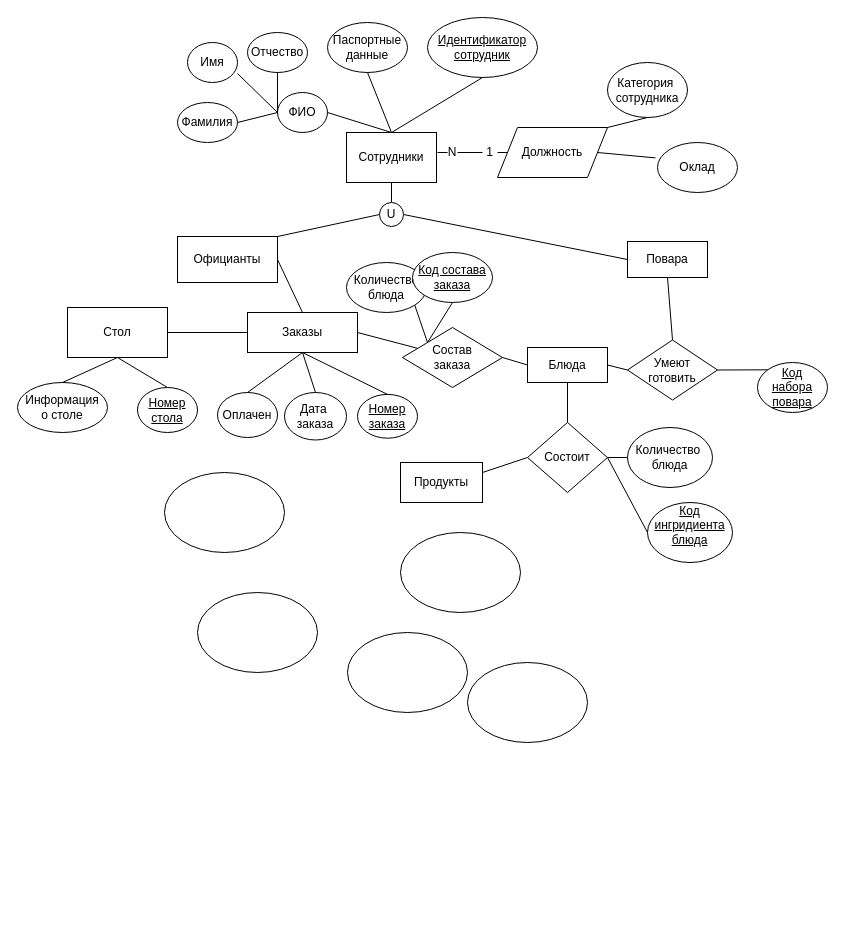
rarexe/cs102 keeps this draw.io diagram as page "Page-1" (1 of 2) of Untitled Diagram.drawio. Above is the earlier version. Source tidied: cells renumbered, new cells numbered last; positions are measured from the earlier drawing's top-left corner, leaving out a move shared by most shapes. Both pictures are drawn from the tidied source at 100%, with x=0, y=0 at pixel (17, 17).
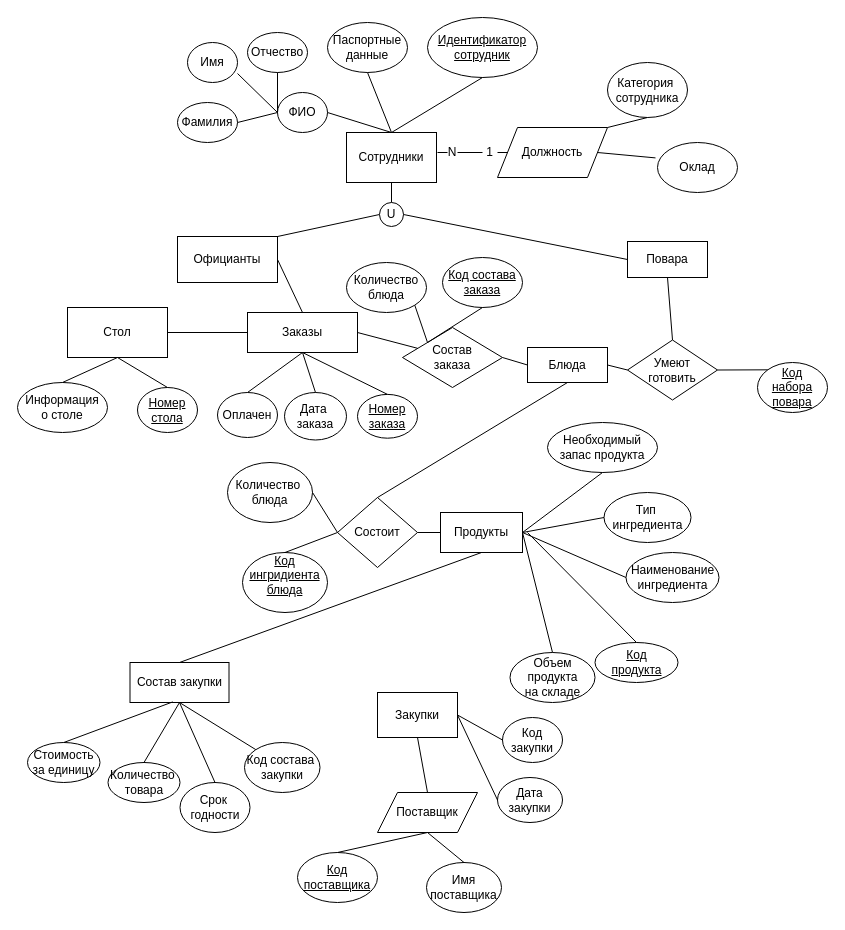
The same diagram, later.

Change to the diagram source:
```diff
@@
     <mxCell id="45" value="&lt;u&gt;Код состава&lt;br&gt;заказа&lt;br&gt;&lt;/u&gt;" style="ellipse;whiteSpace=wrap;html=1;" parent="1" vertex="1">
-      <mxGeometry x="395" y="235" width="80" height="50" as="geometry" />
+      <mxGeometry x="425" y="240" width="80" height="50" as="geometry" />
     </mxCell>
@@
     <mxCell id="58" value="Состоит" style="rhombus;whiteSpace=wrap;html=1;" parent="1" vertex="1">
-      <mxGeometry x="510" y="405" width="80" height="70" as="geometry" />
+      <mxGeometry x="320" y="480" width="80" height="70" as="geometry" />
     </mxCell>
@@
     <mxCell id="60" value="Количество&amp;nbsp;&lt;br&gt;блюда" style="ellipse;whiteSpace=wrap;html=1;" parent="1" vertex="1">
-      <mxGeometry x="610" y="410" width="85" height="60" as="geometry" />
+      <mxGeometry x="210" y="445" width="85" height="60" as="geometry" />
     </mxCell>
     <mxCell id="61" value="&lt;u&gt;Код&lt;br&gt;ингридиента&lt;br&gt;блюда&lt;br&gt;&lt;br&gt;&lt;/u&gt;" style="ellipse;whiteSpace=wrap;html=1;" parent="1" vertex="1">
-      <mxGeometry x="630" y="485" width="85" height="60" as="geometry" />
+      <mxGeometry x="225" y="535" width="85" height="60" as="geometry" />
     </mxCell>
-    <mxCell id="62" style="endArrow=none;html=1;entryX=0;entryY=0.5;entryDx=0;entryDy=0;" parent="1" edge="1" target="60">
-      <mxGeometry relative="1" as="geometry">
-        <mxPoint x="590" y="440" as="sourcePoint" />
-      </mxGeometry>
+    <mxCell id="62" style="endArrow=none;html=1;exitX=0;exitY=0.5;exitDx=0;exitDy=0;entryX=1;entryY=0.5;entryDx=0;entryDy=0;" parent="1" edge="1" source="58" target="60">
+      <mxGeometry relative="1" as="geometry" />
     </mxCell>
-    <mxCell id="63" style="endArrow=none;html=1;entryX=0;entryY=0.5;entryDx=0;entryDy=0;exitX=1;exitY=0.5;exitDx=0;exitDy=0;" parent="1" edge="1" source="58" target="61">
+    <mxCell id="63" style="endArrow=none;html=1;exitX=0;exitY=0.5;exitDx=0;exitDy=0;entryX=0.5;entryY=0;entryDx=0;entryDy=0;" parent="1" edge="1" source="58" target="61">
       <mxGeometry relative="1" as="geometry" />
     </mxCell>
     <mxCell id="64" value="Продукты" style="rounded=0;whiteSpace=wrap;html=1;" parent="1" vertex="1">
-      <mxGeometry x="383" y="445" width="82" height="40" as="geometry" />
+      <mxGeometry x="423" y="495" width="82" height="40" as="geometry" />
     </mxCell>
-    <mxCell id="65" style="endArrow=none;html=1;exitX=1;exitY=0.25;exitDx=0;exitDy=0;entryX=0;entryY=0.5;entryDx=0;entryDy=0;" parent="1" edge="1" source="64" target="58">
+    <mxCell id="65" style="endArrow=none;html=1;exitX=0;exitY=0.5;exitDx=0;exitDy=0;entryX=1;entryY=0.5;entryDx=0;entryDy=0;" parent="1" edge="1" source="64" target="58">
       <mxGeometry relative="1" as="geometry" />
     </mxCell>
-    <mxCell id="66" style="ellipse;whiteSpace=wrap;html=1;" parent="1" vertex="1">
-      <mxGeometry x="383" y="515" width="120" height="80" as="geometry" />
+    <mxCell id="66" value="&lt;u&gt;Код&lt;br&gt;продукта&lt;/u&gt;" style="ellipse;whiteSpace=wrap;html=1;" parent="1" vertex="1">
+      <mxGeometry x="577.5" y="625" width="83" height="40" as="geometry" />
     </mxCell>
-    <mxCell id="67" style="ellipse;whiteSpace=wrap;html=1;" parent="1" vertex="1">
-      <mxGeometry x="450" y="645" width="120" height="80" as="geometry" />
+    <mxCell id="67" value="Объем продукта&lt;br&gt;на складе&lt;br&gt;" style="ellipse;whiteSpace=wrap;html=1;" parent="1" vertex="1">
+      <mxGeometry x="492.5" y="635" width="85" height="50" as="geometry" />
     </mxCell>
-    <mxCell id="68" style="ellipse;whiteSpace=wrap;html=1;" parent="1" vertex="1">
-      <mxGeometry x="147" y="455" width="120" height="80" as="geometry" />
+    <mxCell id="68" value="Тип&amp;nbsp;&lt;br&gt;ингредиента" style="ellipse;whiteSpace=wrap;html=1;" parent="1" vertex="1">
+      <mxGeometry x="586.5" y="475" width="87" height="50" as="geometry" />
     </mxCell>
-    <mxCell id="69" style="ellipse;whiteSpace=wrap;html=1;" parent="1" vertex="1">
-      <mxGeometry x="330" y="615" width="120" height="80" as="geometry" />
+    <mxCell id="69" value="Необходимый запас продукта&lt;br&gt;" style="ellipse;whiteSpace=wrap;html=1;" parent="1" vertex="1">
+      <mxGeometry x="530" y="405" width="110" height="50" as="geometry" />
     </mxCell>
-    <mxCell id="70" style="ellipse;whiteSpace=wrap;html=1;" parent="1" vertex="1">
-      <mxGeometry x="180" y="575" width="120" height="80" as="geometry" />
+    <mxCell id="70" value="Наименование&lt;br&gt;ингредиента" style="ellipse;whiteSpace=wrap;html=1;" parent="1" vertex="1">
+      <mxGeometry x="608.5" y="535" width="93" height="50" as="geometry" />
     </mxCell>
+    <mxCell id="71" style="endArrow=none;html=1;entryX=0.5;entryY=1;entryDx=0;entryDy=0;exitX=1;exitY=0.5;exitDx=0;exitDy=0;" parent="1" edge="1" source="64" target="69">
+      <mxGeometry relative="1" as="geometry" />
+    </mxCell>
+    <mxCell id="72" style="endArrow=none;html=1;entryX=0;entryY=0.5;entryDx=0;entryDy=0;exitX=1;exitY=0.5;exitDx=0;exitDy=0;" parent="1" edge="1" source="64" target="68">
+      <mxGeometry relative="1" as="geometry" />
+    </mxCell>
+    <mxCell id="73" style="endArrow=none;html=1;entryX=0;entryY=0.5;entryDx=0;entryDy=0;exitX=1;exitY=0.5;exitDx=0;exitDy=0;" parent="1" edge="1" source="64" target="70">
+      <mxGeometry relative="1" as="geometry" />
+    </mxCell>
+    <mxCell id="74" style="endArrow=none;html=1;exitX=0.5;exitY=0;exitDx=0;exitDy=0;" parent="1" edge="1" source="66">
+      <mxGeometry relative="1" as="geometry">
+        <mxPoint x="510" y="515" as="targetPoint" />
+      </mxGeometry>
+    </mxCell>
+    <mxCell id="75" style="endArrow=none;html=1;exitX=0.5;exitY=0;exitDx=0;exitDy=0;entryX=1;entryY=0.5;entryDx=0;entryDy=0;" parent="1" edge="1" source="67" target="64">
+      <mxGeometry relative="1" as="geometry" />
+    </mxCell>
+    <mxCell id="76" value="Состав закупки" style="rounded=0;whiteSpace=wrap;html=1;" parent="1" vertex="1">
+      <mxGeometry x="112.5" y="645" width="99" height="40" as="geometry" />
+    </mxCell>
+    <mxCell id="77" style="endArrow=none;html=1;exitX=0.5;exitY=0;exitDx=0;exitDy=0;entryX=0.5;entryY=1;entryDx=0;entryDy=0;" parent="1" edge="1" source="76" target="64">
+      <mxGeometry relative="1" as="geometry" />
+    </mxCell>
+    <mxCell id="78" value="Код состава&amp;nbsp;&lt;br&gt;закупки" style="ellipse;whiteSpace=wrap;html=1;" parent="1" vertex="1">
+      <mxGeometry x="227" y="725" width="75.5" height="50" as="geometry" />
+    </mxCell>
+    <mxCell id="79" value="Срок&amp;nbsp;&lt;br&gt;годности" style="ellipse;whiteSpace=wrap;html=1;" parent="1" vertex="1">
+      <mxGeometry x="162.5" y="765" width="70" height="50" as="geometry" />
+    </mxCell>
+    <mxCell id="80" value="Количество&amp;nbsp;&lt;br&gt;товара" style="ellipse;whiteSpace=wrap;html=1;" parent="1" vertex="1">
+      <mxGeometry x="90.5" y="745" width="72" height="40" as="geometry" />
+    </mxCell>
+    <mxCell id="81" value="Стоимость за единицу" style="ellipse;whiteSpace=wrap;html=1;" parent="1" vertex="1">
+      <mxGeometry x="10" y="725" width="72.5" height="40" as="geometry" />
+    </mxCell>
+    <mxCell id="82" style="endArrow=none;html=1;exitX=0.5;exitY=0;exitDx=0;exitDy=0;entryX=0.432;entryY=0.985;entryDx=0;entryDy=0;entryPerimeter=0;" parent="1" edge="1" source="81" target="76">
+      <mxGeometry relative="1" as="geometry" />
+    </mxCell>
+    <mxCell id="83" style="endArrow=none;html=1;exitX=0.5;exitY=0;exitDx=0;exitDy=0;entryX=0.5;entryY=1;entryDx=0;entryDy=0;" parent="1" edge="1" source="80" target="76">
+      <mxGeometry relative="1" as="geometry" />
+    </mxCell>
+    <mxCell id="84" style="endArrow=none;html=1;exitX=0.5;exitY=0;exitDx=0;exitDy=0;entryX=0.5;entryY=1;entryDx=0;entryDy=0;" parent="1" edge="1" source="79" target="76">
+      <mxGeometry relative="1" as="geometry" />
+    </mxCell>
+    <mxCell id="85" style="endArrow=none;html=1;exitX=0;exitY=0;exitDx=0;exitDy=0;entryX=0.5;entryY=1;entryDx=0;entryDy=0;" parent="1" edge="1" source="78" target="76">
+      <mxGeometry relative="1" as="geometry" />
+    </mxCell>
+    <mxCell id="86" value="Закупки" style="rounded=0;whiteSpace=wrap;html=1;" parent="1" vertex="1">
+      <mxGeometry x="360" y="675" width="80" height="45" as="geometry" />
+    </mxCell>
+    <mxCell id="87" value="Код&lt;br&gt;закупки" style="ellipse;whiteSpace=wrap;html=1;" parent="1" vertex="1">
+      <mxGeometry x="485" y="700" width="60" height="45" as="geometry" />
+    </mxCell>
+    <mxCell id="88" value="Дата закупки" style="ellipse;whiteSpace=wrap;html=1;" parent="1" vertex="1">
+      <mxGeometry x="480" y="760" width="65" height="45" as="geometry" />
+    </mxCell>
+    <mxCell id="89" style="endArrow=none;html=1;exitX=1;exitY=0.5;exitDx=0;exitDy=0;entryX=0;entryY=0.5;entryDx=0;entryDy=0;" parent="1" edge="1" source="86" target="87">
+      <mxGeometry relative="1" as="geometry" />
+    </mxCell>
+    <mxCell id="90" style="endArrow=none;html=1;exitX=1;exitY=0.5;exitDx=0;exitDy=0;entryX=0;entryY=0.5;entryDx=0;entryDy=0;" parent="1" edge="1" source="86" target="88">
+      <mxGeometry relative="1" as="geometry" />
+    </mxCell>
+    <mxCell id="91" value="Поставщик" style="shape=parallelogram;perimeter=parallelogramPerimeter;whiteSpace=wrap;html=1;fixedSize=1;" parent="1" vertex="1">
+      <mxGeometry x="360" y="775" width="100" height="40" as="geometry" />
+    </mxCell>
+    <mxCell id="92" style="endArrow=none;html=1;exitX=0.5;exitY=0;exitDx=0;exitDy=0;entryX=0.5;entryY=1;entryDx=0;entryDy=0;" parent="1" edge="1" source="91" target="86">
+      <mxGeometry relative="1" as="geometry" />
+    </mxCell>
+    <mxCell id="93" value="&lt;u&gt;&lt;span&gt;Код&lt;/span&gt;&lt;br&gt;&lt;span&gt;поставщика&lt;/span&gt;&lt;/u&gt;" style="ellipse;whiteSpace=wrap;html=1;" parent="1" vertex="1">
+      <mxGeometry x="280" y="835" width="80" height="50" as="geometry" />
+    </mxCell>
+    <mxCell id="94" value="&lt;span&gt;Имя&lt;/span&gt;&lt;br&gt;&lt;span&gt;поставщика&lt;/span&gt;" style="ellipse;whiteSpace=wrap;html=1;" parent="1" vertex="1">
+      <mxGeometry x="409" y="845" width="75" height="50" as="geometry" />
+    </mxCell>
+    <mxCell id="95" style="endArrow=none;html=1;exitX=0.5;exitY=0;exitDx=0;exitDy=0;entryX=0.5;entryY=1;entryDx=0;entryDy=0;" parent="1" edge="1" source="93" target="91">
+      <mxGeometry relative="1" as="geometry" />
+    </mxCell>
+    <mxCell id="96" style="endArrow=none;html=1;exitX=0.5;exitY=0;exitDx=0;exitDy=0;entryX=0.5;entryY=1;entryDx=0;entryDy=0;" parent="1" edge="1" source="94" target="91">
+      <mxGeometry relative="1" as="geometry" />
+    </mxCell>
```
